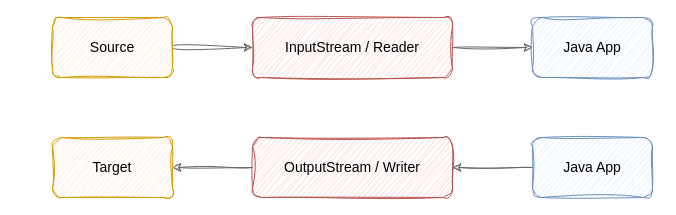
Earlier version of the draw.io diagram page "BIO" (2 of 2) of assets/Java/JavaCore/JavaIO.drawio (dunwu/waterdrop). Source tidied: cells renumbered, new cells numbered last; positions are measured from the earlier drawing's top-left corner, leaving out a move shared by most shapes. Both pictures are drawn from the tidied source at 100%, with x=0, y=0 at pixel (52, 17).
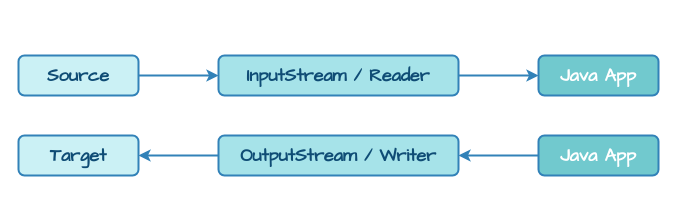
Above is the later version.

Change to the diagram source:
```diff
@@
 <mxGraphModel>
   <root>
     <mxCell id="0" />
     <mxCell id="1" parent="0" />
-    <mxCell id="2" style="edgeStyle=orthogonalEdgeStyle;jettySize=auto;html=1;exitX=1;exitY=0.5;exitDx=0;exitDy=0;entryX=0;entryY=0.5;entryDx=0;entryDy=0;fontFamily=Helvetica;fontSize=14;fontColor=default;sketch=1;curveFitting=1;jiggle=2;fillColor=#f5f5f5;strokeColor=#666666;curved=1;" parent="1" edge="1" source="3" target="5">
+    <mxCell id="2" style="edgeStyle=orthogonalEdgeStyle;jettySize=auto;html=1;exitX=1;exitY=0.5;exitDx=0;exitDy=0;entryX=0;entryY=0.5;entryDx=0;entryDy=0;fontFamily=Comic Sans MS;fontSize=18;fontColor=#0F4C75;fillColor=#f5f5f5;strokeColor=#3282B8;curved=1;strokeWidth=2;fontStyle=1;" parent="1" edge="1" source="3" target="5">
       <mxGeometry relative="1" as="geometry" />
     </mxCell>
-    <mxCell id="3" value="Source" style="rounded=1;whiteSpace=wrap;html=1;fontSize=14;sketch=1;curveFitting=1;jiggle=2;fillColor=#ffe6cc;strokeColor=#d79b00;" parent="1" vertex="1">
-      <mxGeometry width="120" height="60" as="geometry" />
+    <mxCell id="3" value="Source" style="rounded=1;whiteSpace=wrap;html=1;fontSize=18;fillColor=#CBF1F5;strokeColor=#3282B8;fontColor=#0F4C75;strokeWidth=2;fontStyle=1;fontFamily=Comic Sans MS;" parent="1" vertex="1">
+      <mxGeometry x="-34" y="38" width="120" height="40" as="geometry" />
     </mxCell>
-    <mxCell id="4" style="edgeStyle=orthogonalEdgeStyle;rounded=0;jettySize=auto;html=1;exitX=1;exitY=0.5;exitDx=0;exitDy=0;entryX=0;entryY=0.5;entryDx=0;entryDy=0;fontFamily=Helvetica;fontSize=14;fontColor=default;sketch=1;curveFitting=1;jiggle=2;fillColor=#f5f5f5;strokeColor=#666666;" parent="1" edge="1" source="5" target="6">
+    <mxCell id="4" style="edgeStyle=orthogonalEdgeStyle;rounded=0;jettySize=auto;html=1;exitX=1;exitY=0.5;exitDx=0;exitDy=0;entryX=0;entryY=0.5;entryDx=0;entryDy=0;fontFamily=Comic Sans MS;fontSize=18;fontColor=#0F4C75;fillColor=#f5f5f5;strokeColor=#3282B8;strokeWidth=2;fontStyle=1;" parent="1" edge="1" source="5" target="6">
       <mxGeometry relative="1" as="geometry" />
     </mxCell>
-    <mxCell id="5" value="InputStream / Reader" style="rounded=1;whiteSpace=wrap;html=1;fontSize=14;sketch=1;curveFitting=1;jiggle=2;fillColor=#f8cecc;strokeColor=#b85450;" parent="1" vertex="1">
-      <mxGeometry x="200" width="200" height="60" as="geometry" />
+    <mxCell id="5" value="InputStream / Reader" style="rounded=1;whiteSpace=wrap;html=1;fontSize=18;fillColor=#A6E3E9;strokeColor=#3282B8;fontColor=#0F4C75;strokeWidth=2;fontStyle=1;fontFamily=Comic Sans MS;" parent="1" vertex="1">
+      <mxGeometry x="166" y="38" width="240" height="40" as="geometry" />
     </mxCell>
-    <mxCell id="6" value="Java App" style="rounded=1;whiteSpace=wrap;html=1;fontSize=14;sketch=1;curveFitting=1;jiggle=2;fillColor=#dae8fc;strokeColor=#6c8ebf;" parent="1" vertex="1">
-      <mxGeometry x="480" width="120" height="60" as="geometry" />
+    <mxCell id="6" value="Java App" style="rounded=1;whiteSpace=wrap;html=1;fontSize=18;fillColor=#71C9CE;strokeColor=#3282B8;fontColor=#FFFFFF;strokeWidth=2;fontStyle=1;fontFamily=Comic Sans MS;" parent="1" vertex="1">
+      <mxGeometry x="486" y="38" width="120" height="40" as="geometry" />
     </mxCell>
-    <mxCell id="7" style="edgeStyle=orthogonalEdgeStyle;rounded=0;jettySize=auto;html=1;exitX=0;exitY=0.5;exitDx=0;exitDy=0;entryX=1;entryY=0.5;entryDx=0;entryDy=0;fontFamily=Helvetica;fontSize=14;fontColor=default;sketch=1;curveFitting=1;jiggle=2;fillColor=#f5f5f5;strokeColor=#666666;" parent="1" edge="1" source="8" target="11">
+    <mxCell id="7" style="edgeStyle=orthogonalEdgeStyle;rounded=0;jettySize=auto;html=1;exitX=0;exitY=0.5;exitDx=0;exitDy=0;entryX=1;entryY=0.5;entryDx=0;entryDy=0;fontFamily=Comic Sans MS;fontSize=18;fontColor=#0F4C75;fillColor=#f5f5f5;strokeColor=#3282B8;strokeWidth=2;fontStyle=1;" parent="1" edge="1" source="8" target="11">
       <mxGeometry relative="1" as="geometry" />
     </mxCell>
-    <mxCell id="8" value="OutputStream / Writer" style="rounded=1;whiteSpace=wrap;html=1;fontSize=14;sketch=1;curveFitting=1;jiggle=2;fillColor=#f8cecc;strokeColor=#b85450;" parent="1" vertex="1">
-      <mxGeometry x="200" y="120" width="200" height="60" as="geometry" />
+    <mxCell id="8" value="OutputStream / Writer" style="rounded=1;whiteSpace=wrap;html=1;fontSize=18;fillColor=#A6E3E9;strokeColor=#3282B8;fontColor=#0F4C75;strokeWidth=2;fontStyle=1;fontFamily=Comic Sans MS;" parent="1" vertex="1">
+      <mxGeometry x="166" y="118" width="240" height="40" as="geometry" />
     </mxCell>
-    <mxCell id="9" style="edgeStyle=orthogonalEdgeStyle;rounded=0;jettySize=auto;html=1;exitX=0;exitY=0.5;exitDx=0;exitDy=0;entryX=1;entryY=0.5;entryDx=0;entryDy=0;fontFamily=Helvetica;fontSize=14;fontColor=default;sketch=1;curveFitting=1;jiggle=2;fillColor=#f5f5f5;strokeColor=#666666;" parent="1" edge="1" source="10" target="8">
+    <mxCell id="9" style="edgeStyle=orthogonalEdgeStyle;rounded=0;jettySize=auto;html=1;exitX=0;exitY=0.5;exitDx=0;exitDy=0;entryX=1;entryY=0.5;entryDx=0;entryDy=0;fontFamily=Comic Sans MS;fontSize=18;fontColor=#0F4C75;fillColor=#f5f5f5;strokeColor=#3282B8;strokeWidth=2;fontStyle=1;" parent="1" edge="1" source="10" target="8">
       <mxGeometry relative="1" as="geometry" />
     </mxCell>
-    <mxCell id="10" value="Java App" style="rounded=1;whiteSpace=wrap;html=1;fontSize=14;sketch=1;curveFitting=1;jiggle=2;fillColor=#dae8fc;strokeColor=#6c8ebf;" parent="1" vertex="1">
-      <mxGeometry x="480" y="120" width="120" height="60" as="geometry" />
+    <mxCell id="10" value="Java App" style="rounded=1;whiteSpace=wrap;html=1;fontSize=18;fillColor=#71C9CE;strokeColor=#3282B8;fontColor=#FFFFFF;strokeWidth=2;fontStyle=1;fontFamily=Comic Sans MS;" parent="1" vertex="1">
+      <mxGeometry x="486" y="118" width="120" height="40" as="geometry" />
     </mxCell>
-    <mxCell id="11" value="Target" style="rounded=1;whiteSpace=wrap;html=1;fontSize=14;sketch=1;curveFitting=1;jiggle=2;fillColor=#ffe6cc;strokeColor=#d79b00;" parent="1" vertex="1">
-      <mxGeometry y="120" width="120" height="60" as="geometry" />
+    <mxCell id="11" value="Target" style="rounded=1;whiteSpace=wrap;html=1;fontSize=18;fillColor=#CBF1F5;strokeColor=#3282B8;fontColor=#0F4C75;strokeWidth=2;fontStyle=1;fontFamily=Comic Sans MS;" parent="1" vertex="1">
+      <mxGeometry x="-34" y="118" width="120" height="40" as="geometry" />
     </mxCell>
   </root>
 </mxGraphModel>
```
